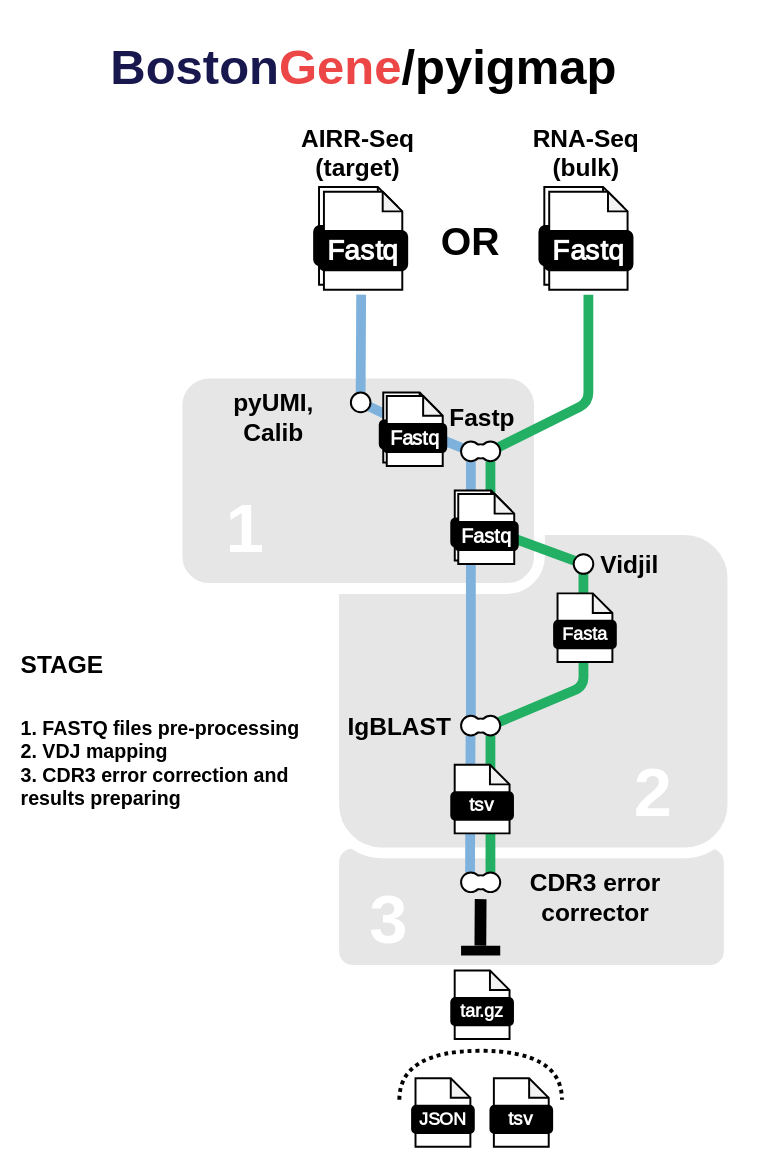
BostonGene/pyigmap keeps this draw.io diagram as docs/images/pyigmap_workflow.svg. Above is the earlier version. Source tidied: cells renumbered, new cells last; positions are measured from the earlier drawing's top-left corner, leaving out a move shared by most shapes.
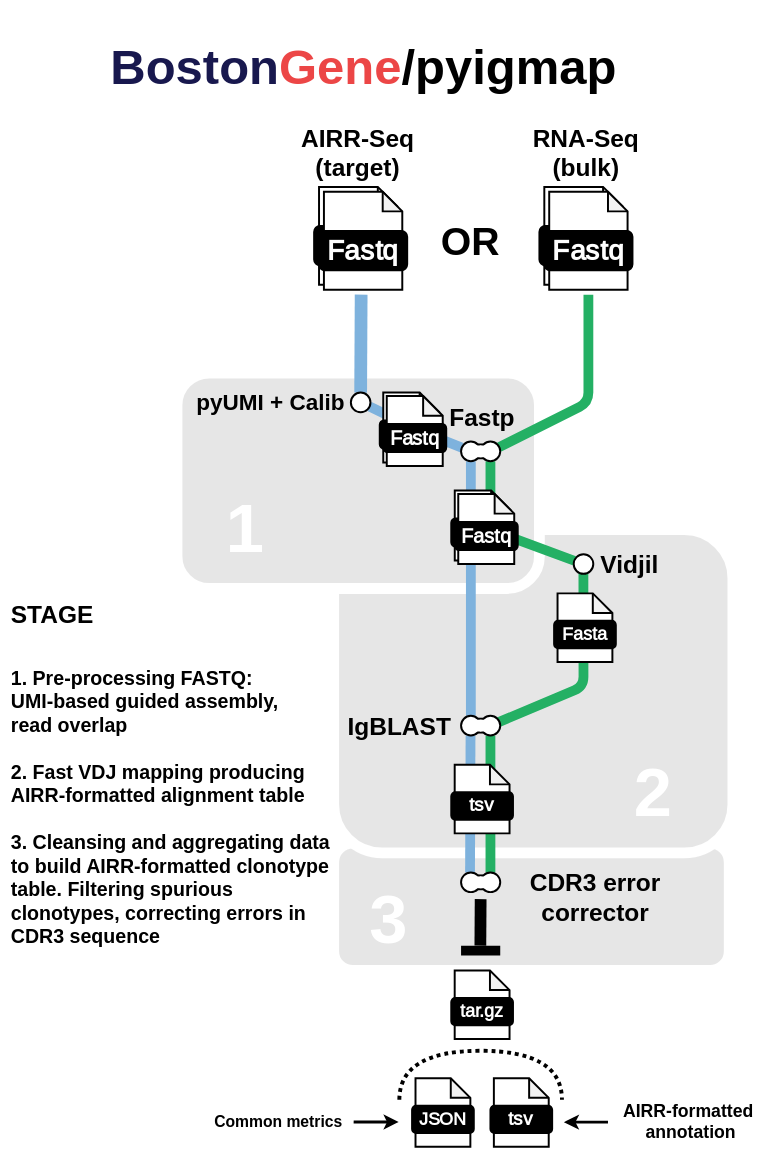
The same diagram one commit later.

Diff of the diagram source:
```diff
@@ -56,7 +56,7 @@
     <mxCell id="19" value="&lt;font style=&quot;font-size: 25px;&quot;&gt;&lt;b&gt;&lt;font style=&quot;font-size: 25px;&quot;&gt;RNA-Seq (bulk)&lt;/font&gt;&lt;/b&gt;&lt;/font&gt;" style="text;html=1;align=center;verticalAlign=middle;whiteSpace=wrap;rounded=0;" parent="2" vertex="1">
       <mxGeometry x="528.8" y="140" width="137.5" height="30" as="geometry" />
     </mxCell>
-    <mxCell id="20" style="endArrow=none;html=1;rounded=1;strokeWidth=10;strokeColor=#7EB2DD;entryX=0.5;entryY=0;entryDx=0;entryDy=0;" parent="2" edge="1" target="23">
+    <mxCell id="20" style="endArrow=none;html=1;rounded=1;strokeWidth=13;strokeColor=#7EB2DD;entryX=0.5;entryY=0;entryDx=0;entryDy=0;" parent="2" edge="1" target="23">
       <mxGeometry relative="1" as="geometry">
         <mxPoint x="368" y="300" as="sourcePoint" />
       </mxGeometry>
@@ -110,8 +110,8 @@
     <mxCell id="31" style="rounded=0;whiteSpace=wrap;html=1;strokeColor=#FFFFFF;strokeWidth=2;rotation=90;" parent="26" vertex="1">
       <mxGeometry x="5" y="15" width="10" height="10" as="geometry" />
     </mxCell>
-    <mxCell id="32" value="&lt;div&gt;&lt;font size=&quot;1&quot;&gt;&lt;b&gt;&lt;font style=&quot;font-size: 25px;&quot;&gt;pyUMI,&lt;/font&gt;&lt;/b&gt;&lt;/font&gt;&lt;/div&gt;&lt;div&gt;&lt;font size=&quot;1&quot;&gt;&lt;b&gt;&lt;font style=&quot;font-size: 25px;&quot;&gt;Calib&lt;br&gt;&lt;/font&gt;&lt;/b&gt;&lt;/font&gt;&lt;/div&gt;" style="text;html=1;align=center;verticalAlign=middle;whiteSpace=wrap;rounded=0;" parent="2" vertex="1">
-      <mxGeometry x="200" y="410" width="157.5" height="30" as="geometry" />
+    <mxCell id="32" value="&lt;div style=&quot;font-size: 23px;&quot;&gt;&lt;font style=&quot;font-size: 23px;&quot;&gt;&lt;b style=&quot;font-size: 23px;&quot;&gt;&lt;font style=&quot;font-size: 23px;&quot;&gt;pyUMI + Calib&lt;br style=&quot;font-size: 23px;&quot;&gt;&lt;/font&gt;&lt;/b&gt;&lt;/font&gt;&lt;/div&gt;" style="text;html=1;align=center;verticalAlign=middle;whiteSpace=wrap;rounded=0;fontSize=23;" parent="2" vertex="1">
+      <mxGeometry x="187.5" y="395" width="177.5" height="30" as="geometry" />
     </mxCell>
     <mxCell id="33" value="&lt;font size=&quot;1&quot;&gt;&lt;b style=&quot;font-size: 25px;&quot;&gt;Fastp&lt;/b&gt;&lt;/font&gt;" style="text;html=1;align=center;verticalAlign=middle;whiteSpace=wrap;rounded=0;" parent="2" vertex="1">
       <mxGeometry x="436.5" y="410" width="110" height="30" as="geometry" />
@@ -283,11 +283,28 @@
     <mxCell id="83" value="&lt;font style=&quot;font-size: 70px;&quot; color=&quot;#ffffff&quot;&gt;&lt;b&gt;2&lt;/b&gt;&lt;/font&gt;" style="text;whiteSpace=wrap;html=1;" parent="2" vertex="1">
       <mxGeometry x="645" y="760" width="70" height="110" as="geometry" />
     </mxCell>
-    <mxCell id="84" value="&lt;div style=&quot;font-size: 30px;&quot; align=&quot;left&quot;&gt;&lt;font size=&quot;1&quot;&gt;&lt;b style=&quot;font-size: 25px;&quot;&gt;STAGE&lt;/b&gt;&lt;/font&gt;&lt;/div&gt;&lt;div style=&quot;font-size: 30px;&quot; align=&quot;left&quot;&gt;&lt;font size=&quot;1&quot;&gt;&lt;b style=&quot;font-size: 25px;&quot;&gt;&lt;br&gt;&lt;/b&gt;&lt;/font&gt;&lt;/div&gt;&lt;div style=&quot;font-size: 20px;&quot; align=&quot;left&quot;&gt;&lt;font style=&quot;font-size: 20px;&quot;&gt;&lt;b&gt;1. FASTQ files pre-processing&lt;/b&gt;&lt;/font&gt;&lt;/div&gt;&lt;div style=&quot;font-size: 20px;&quot; align=&quot;left&quot;&gt;&lt;b style=&quot;background-color: initial; text-align: center;&quot;&gt;2. &lt;/b&gt;&lt;font style=&quot;background-color: initial; text-align: center;&quot;&gt;&lt;b&gt;VDJ mapping&lt;/b&gt;&lt;/font&gt;&lt;br&gt;&lt;/div&gt;&lt;div align=&quot;left&quot; style=&quot;font-size: 20px;&quot;&gt;&lt;b style=&quot;background-color: initial; text-align: center;&quot;&gt;3. &lt;/b&gt;&lt;font style=&quot;background-color: initial; text-align: center;&quot;&gt;&lt;b&gt;CDR3 error correction and results preparing&lt;/b&gt;&lt;/font&gt;&lt;br&gt;&lt;/div&gt;&lt;div&gt;&lt;br&gt;&lt;/div&gt;" style="text;html=1;align=center;verticalAlign=middle;whiteSpace=wrap;rounded=0;" parent="2" vertex="1">
-      <mxGeometry x="20" y="615" width="310" height="270" as="geometry" />
+    <mxCell id="84" value="&lt;div style=&quot;font-size: 30px;&quot; align=&quot;left&quot;&gt;&lt;font size=&quot;1&quot;&gt;&lt;b style=&quot;font-size: 25px;&quot;&gt;STAGE&lt;/b&gt;&lt;/font&gt;&lt;/div&gt;&lt;div style=&quot;font-size: 30px;&quot; align=&quot;left&quot;&gt;&lt;font size=&quot;1&quot;&gt;&lt;b style=&quot;font-size: 25px;&quot;&gt;&lt;br&gt;&lt;/b&gt;&lt;/font&gt;&lt;/div&gt;&lt;div style=&quot;font-size: 20px;&quot; align=&quot;left&quot;&gt;&lt;b&gt;1. Pre-processing FASTQ:&amp;nbsp;&lt;/b&gt;&lt;/div&gt;&lt;div style=&quot;font-size: 20px;&quot; align=&quot;left&quot;&gt;&lt;b&gt;UMI-based guided assembly,&amp;nbsp;&lt;/b&gt;&lt;/div&gt;&lt;div style=&quot;font-size: 20px;&quot; align=&quot;left&quot;&gt;&lt;b&gt;read overlap&lt;/b&gt;&lt;/div&gt;&lt;div style=&quot;font-size: 20px;&quot; align=&quot;left&quot;&gt;&lt;br&gt;&lt;b&gt;2. Fast VDJ mapping producing AIRR-formatted alignment table&lt;/b&gt;&lt;br&gt;&lt;b&gt;&lt;br&gt;&lt;/b&gt;&lt;/div&gt;&lt;div style=&quot;font-size: 20px;&quot; align=&quot;left&quot;&gt;&lt;b&gt;3. Cleansing and aggregating data to build AIRR-formatted clonotype table. Filtering spurious clonotypes, correcting errors in CDR3 sequence&lt;/b&gt;&lt;/div&gt;&lt;div&gt;&lt;br&gt;&lt;/div&gt;" style="text;html=1;align=center;verticalAlign=middle;whiteSpace=wrap;rounded=0;" parent="2" vertex="1">
+      <mxGeometry x="10" y="620" width="340" height="350" as="geometry" />
     </mxCell>
     <mxCell id="85" style="shape=requiredInterface;html=1;verticalLabelPosition=bottom;sketch=0;rotation=-90;strokeWidth=4;fillStyle=auto;dashed=1;dashPattern=1 1;" parent="2" vertex="1">
       <mxGeometry x="465" y="1014" width="50.1" height="166" as="geometry" />
     </mxCell>
+    <mxCell id="86" style="endArrow=classic;html=1;rounded=0;strokeWidth=3;" parent="2" edge="1">
+      <mxGeometry relative="1" as="geometry">
+        <mxPoint x="620" y="1144.8" as="sourcePoint" />
+        <mxPoint x="575" y="1144.8" as="targetPoint" />
+      </mxGeometry>
+    </mxCell>
+    <mxCell id="87" value="&lt;div style=&quot;font-size: 18px;&quot;&gt;&lt;font style=&quot;font-size: 18px;&quot;&gt;AIRR-formatted&amp;nbsp;&lt;/font&gt;&lt;/div&gt;&lt;div style=&quot;font-size: 18px;&quot;&gt;&lt;font style=&quot;font-size: 18px;&quot;&gt;annotation&lt;/font&gt;&lt;/div&gt;" style="text;html=1;align=center;verticalAlign=middle;whiteSpace=wrap;rounded=0;fontStyle=1;" parent="2" vertex="1">
+      <mxGeometry x="630" y="1130" width="150" height="30" as="geometry" />
+    </mxCell>
+    <mxCell id="88" value="&lt;div&gt;&lt;font style=&quot;font-size: 16px;&quot;&gt;Common metrics&lt;/font&gt;&lt;/div&gt;" style="text;html=1;align=center;verticalAlign=middle;whiteSpace=wrap;rounded=0;fontStyle=1;" parent="2" vertex="1">
+      <mxGeometry x="190" y="1130" width="187.5" height="30" as="geometry" />
+    </mxCell>
+    <mxCell id="89" style="endArrow=classic;html=1;rounded=0;strokeWidth=3;exitX=0.462;exitY=0.97;exitDx=0;exitDy=0;exitPerimeter=0;" parent="2" edge="1" source="3">
+      <mxGeometry relative="1" as="geometry">
+        <mxPoint x="406.3" y="1144.7" as="targetPoint" />
+      </mxGeometry>
+    </mxCell>
   </root>
 </mxGraphModel>
```
